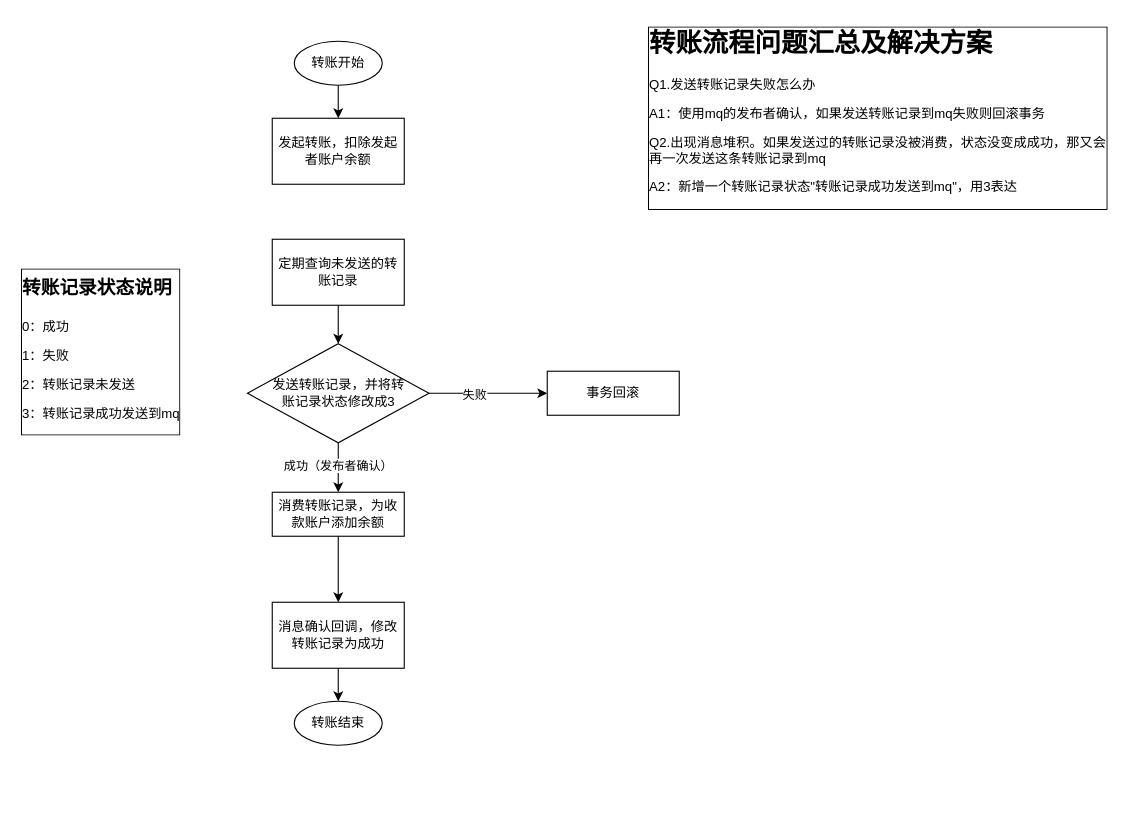
Above: transfer.drawio in liepig1223/drawio (draw.io), before the change. Source tidied: cells renumbered, new cells numbered last; positions are measured from the earlier drawing's top-left corner, leaving out a move shared by most shapes. Both pictures are drawn from the tidied source at 110%, with x=0, y=0 at pixel (19, 19).
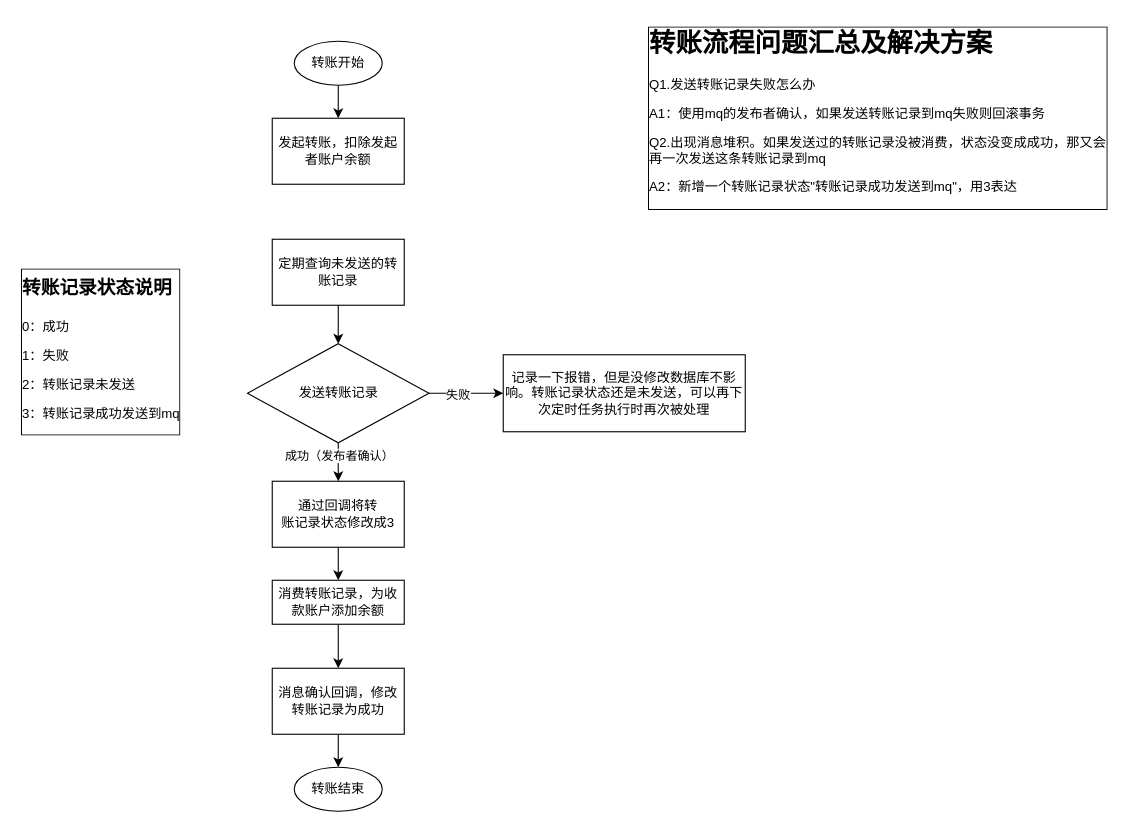
After the change.

The edit, as a diff of the source:
```diff
@@
     <mxCell id="4" value="转账结束" style="ellipse;whiteSpace=wrap;html=1;" parent="1" vertex="1">
-      <mxGeometry x="250" y="620" width="80" height="40" as="geometry" />
+      <mxGeometry x="250" y="680" width="80" height="40" as="geometry" />
     </mxCell>
@@
-    <mxCell id="8" style="edgeStyle=orthogonalEdgeStyle;rounded=0;jettySize=auto;html=1;exitX=0.5;exitY=1;exitDx=0;exitDy=0;entryX=0.5;entryY=0;entryDx=0;entryDy=0;" parent="1" edge="1" source="12" target="14">
+    <mxCell id="8" style="edgeStyle=orthogonalEdgeStyle;rounded=0;jettySize=auto;html=1;exitX=0.5;exitY=1;exitDx=0;exitDy=0;entryX=0.5;entryY=0;entryDx=0;entryDy=0;" parent="1" edge="1" source="12" target="21">
       <mxGeometry relative="1" as="geometry" />
     </mxCell>
     <mxCell id="9" value="成功（发布者确认）" style="edgeLabel;html=1;align=center;verticalAlign=middle;" parent="8" vertex="1">
-      <mxGeometry x="-0.1" y="-1" relative="1" as="geometry" />
+      <mxGeometry x="-0.1" y="-1" relative="1" as="geometry">
+        <mxPoint x="1" y="-5" as="offset" />
+      </mxGeometry>
     </mxCell>
@@
-    <mxCell id="12" value="&lt;div&gt;发送转账记录，并将转&lt;/div&gt;&lt;div&gt;账记录状态修改成3&lt;/div&gt;" style="rhombus;whiteSpace=wrap;html=1;" parent="1" vertex="1">
+    <mxCell id="12" value="&lt;div&gt;发送转账记录&lt;/div&gt;" style="rhombus;whiteSpace=wrap;html=1;" parent="1" vertex="1">
       <mxGeometry x="207.5" y="295" width="165" height="90" as="geometry" />
     </mxCell>
@@
     <mxCell id="14" value="消费转账记录，为收款账户添加余额" style="rounded=0;whiteSpace=wrap;html=1;" parent="1" vertex="1">
-      <mxGeometry x="230" y="430" width="120" height="40" as="geometry" />
+      <mxGeometry x="230" y="510" width="120" height="40" as="geometry" />
     </mxCell>
-    <mxCell id="15" value="事务回滚" style="rounded=0;whiteSpace=wrap;html=1;" parent="1" vertex="1">
-      <mxGeometry x="480" y="320" width="120" height="40" as="geometry" />
+    <mxCell id="15" value="记录一下报错，但是没修改数据库不影响。转账记录状态还是未发送，可以再下次定时任务执行时再次被处理" style="rounded=0;whiteSpace=wrap;html=1;" parent="1" vertex="1">
+      <mxGeometry x="440" y="305" width="220" height="70" as="geometry" />
     </mxCell>
@@
     <mxCell id="17" value="消息确认回调，修改转账记录为成功" style="rounded=0;whiteSpace=wrap;html=1;" parent="1" vertex="1">
-      <mxGeometry x="230" y="530" width="120" height="60" as="geometry" />
+      <mxGeometry x="230" y="590" width="120" height="60" as="geometry" />
     </mxCell>
@@
+    <mxCell id="20" style="edgeStyle=orthogonalEdgeStyle;rounded=0;jettySize=auto;html=1;entryX=0.5;entryY=0;entryDx=0;entryDy=0;" parent="1" edge="1" source="21" target="14">
+      <mxGeometry relative="1" as="geometry" />
+    </mxCell>
+    <mxCell id="21" value="&lt;div&gt;通过回调将转&lt;/div&gt;&lt;div&gt;账记录状态修改成3&lt;/div&gt;" style="rounded=0;whiteSpace=wrap;html=1;" parent="1" vertex="1">
+      <mxGeometry x="230" y="420" width="120" height="60" as="geometry" />
+    </mxCell>
```
